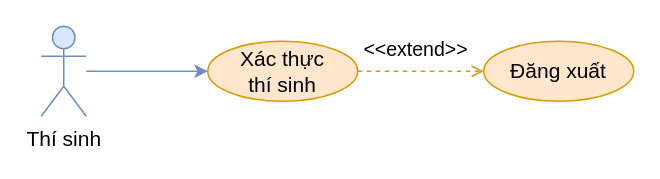
The draw.io diagram Documents/draw/usecase/phan-ra/xac-thuc-thi-sinh.drawio in copecute/do-an-tot-nghiep, before the edit. Source tidied: cells renumbered, new cells numbered last; positions are measured from the earlier drawing's top-left corner, leaving out a move shared by most shapes. Both pictures are drawn from the tidied source at 150%, with x=0, y=0 at pixel (40, 26).
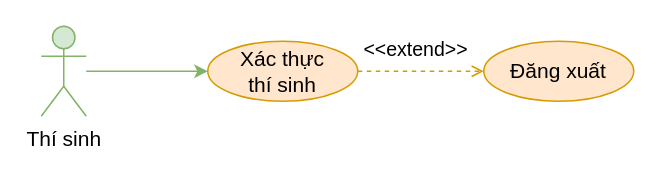
The same diagram, later.

Change to the diagram source:
```diff
@@
 <mxGraphModel>
   <root>
     <mxCell id="0" />
     <mxCell id="1" parent="0" />
     <mxCell id="2" style="rounded=0;jettySize=auto;html=1;dashed=1;fillColor=#ffe6cc;strokeColor=#d79b00;fontSize=14;endArrow=open;endFill=0;" parent="1" edge="1" source="3" target="4">
       <mxGeometry relative="1" as="geometry" />
     </mxCell>
     <mxCell id="3" value="Xác thực&lt;br&gt;thí sinh" style="ellipse;whiteSpace=wrap;html=1;fillColor=#ffe6cc;strokeColor=#d79b00;fontSize=14;" parent="1" vertex="1">
       <mxGeometry x="111" y="10" width="100" height="40" as="geometry" />
     </mxCell>
     <mxCell id="4" value="Đăng xuất" style="ellipse;whiteSpace=wrap;html=1;fillColor=#ffe6cc;strokeColor=#d79b00;fontSize=14;" parent="1" vertex="1">
       <mxGeometry x="295" y="10" width="100" height="40" as="geometry" />
     </mxCell>
     <mxCell id="5" value="&lt;font style=&quot;font-size: 13px;&quot;&gt;&amp;lt;&amp;lt;extend&amp;gt;&amp;gt;&lt;/font&gt;" style="text;html=1;strokeColor=none;fillColor=none;align=center;verticalAlign=middle;whiteSpace=wrap;rounded=0;rotation=0;fontSize=13;" parent="1" vertex="1">
       <mxGeometry x="220" width="60" height="30" as="geometry" />
     </mxCell>
-    <mxCell id="6" style="rounded=0;jettySize=auto;html=1;entryX=0;entryY=0.5;entryDx=0;entryDy=0;fillColor=#dae8fc;strokeColor=#6c8ebf;fontSize=14;" parent="1" edge="1" source="7" target="3">
+    <mxCell id="6" style="rounded=0;jettySize=auto;html=1;entryX=0;entryY=0.5;entryDx=0;entryDy=0;fillColor=#d5e8d4;strokeColor=#82b366;fontSize=14;" parent="1" edge="1" source="7" target="3">
       <mxGeometry relative="1" as="geometry" />
     </mxCell>
-    <mxCell id="7" value="Thí sinh" style="shape=umlActor;verticalLabelPosition=bottom;verticalAlign=top;html=1;outlineConnect=0;fillColor=#dae8fc;strokeColor=#6c8ebf;fontSize=14;" parent="1" vertex="1">
+    <mxCell id="7" value="Thí sinh" style="shape=umlActor;verticalLabelPosition=bottom;verticalAlign=top;html=1;outlineConnect=0;fillColor=#d5e8d4;strokeColor=#82b366;fontSize=14;" parent="1" vertex="1">
       <mxGeometry width="30" height="60" as="geometry" />
     </mxCell>
   </root>
 </mxGraphModel>
```
